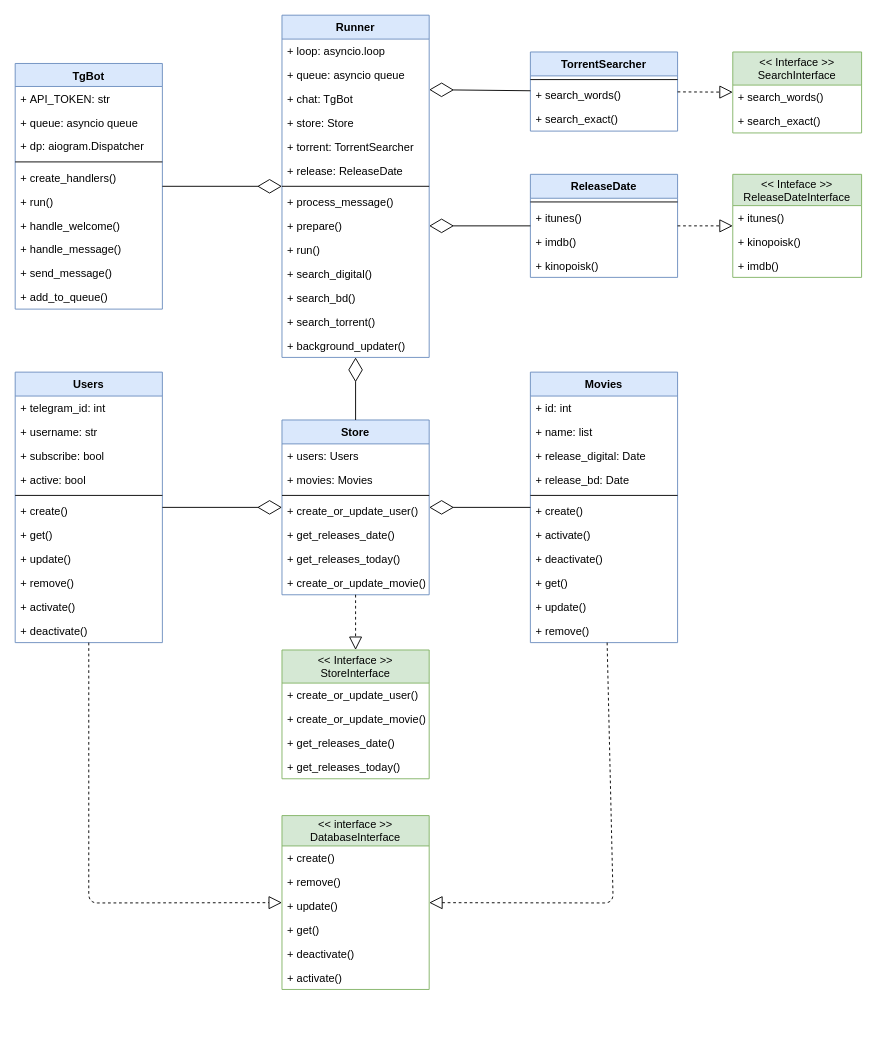
Above: uml/common_scheme.drawio in aleshkashell/geekbrains_patterns (draw.io), before the change. Source tidied: cells renumbered, new cells numbered last; positions are measured from the earlier drawing's top-left corner, leaving out a move shared by most shapes. Both pictures are drawn from the tidied source at 92%, with x=0, y=0 at pixel (15, 15).
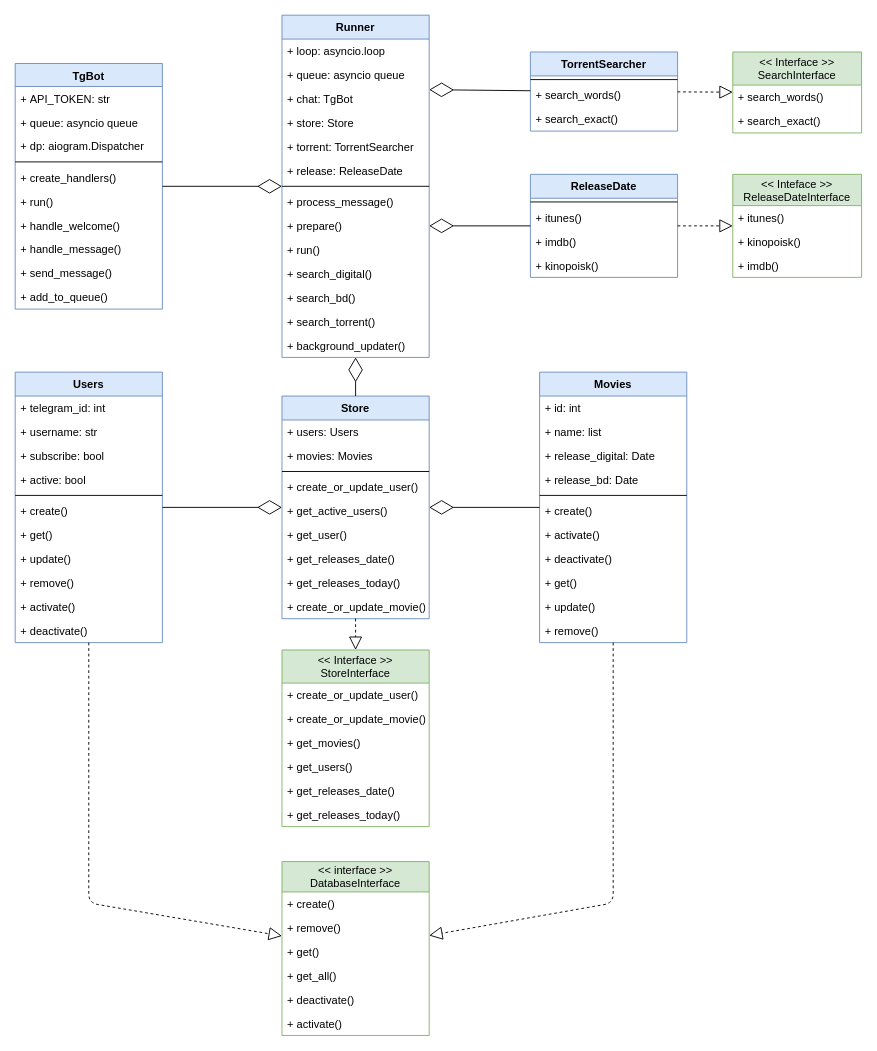
The same page after the edit.

What changed in the source:
```diff
@@
     <mxCell id="32" value="Store" style="swimlane;fontStyle=1;align=center;verticalAlign=top;horizontal=1;startSize=26;fillColor=#dae8fc;strokeColor=#6c8ebf;" parent="1" vertex="1">
-      <mxGeometry x="290" y="440" width="160" height="190" as="geometry" />
+      <mxGeometry x="290" y="414" width="160" height="242" as="geometry" />
     </mxCell>
@@
+    <mxCell id="99" value="+ get_active_users()" style="text;strokeColor=none;fillColor=none;align=left;verticalAlign=top;spacingLeft=4;spacingRight=4;overflow=hidden;" parent="32" vertex="1">
+      <mxGeometry y="112" width="160" height="26" as="geometry" />
+    </mxCell>
+    <mxCell id="100" value="+ get_user()" style="text;strokeColor=none;fillColor=none;align=left;verticalAlign=top;spacingLeft=4;spacingRight=4;overflow=hidden;" parent="32" vertex="1">
+      <mxGeometry y="138" width="160" height="26" as="geometry" />
+    </mxCell>
     <mxCell id="37" value="+ get_releases_date()" style="text;strokeColor=none;fillColor=none;align=left;verticalAlign=top;spacingLeft=4;spacingRight=4;overflow=hidden;" parent="32" vertex="1">
-      <mxGeometry y="112" width="160" height="26" as="geometry" />
+      <mxGeometry y="164" width="160" height="26" as="geometry" />
     </mxCell>
     <mxCell id="38" value="+ get_releases_today()" style="text;strokeColor=none;fillColor=none;align=left;verticalAlign=top;spacingLeft=4;spacingRight=4;overflow=hidden;" parent="32" vertex="1">
-      <mxGeometry y="138" width="160" height="26" as="geometry" />
+      <mxGeometry y="190" width="160" height="26" as="geometry" />
     </mxCell>
     <mxCell id="39" value="+ create_or_update_movie()" style="text;strokeColor=none;fillColor=none;align=left;verticalAlign=top;spacingLeft=4;spacingRight=4;overflow=hidden;" parent="32" vertex="1">
-      <mxGeometry y="164" width="160" height="26" as="geometry" />
+      <mxGeometry y="216" width="160" height="26" as="geometry" />
     </mxCell>
@@
     <mxCell id="52" value="Movies" style="swimlane;fontStyle=1;align=center;verticalAlign=top;horizontal=1;startSize=26;fillColor=#dae8fc;strokeColor=#6c8ebf;" parent="1" vertex="1">
-      <mxGeometry x="560" y="388" width="160" height="294" as="geometry" />
+      <mxGeometry x="570" y="388" width="160" height="294" as="geometry" />
     </mxCell>
@@
     <mxCell id="83" value="&lt;&lt; Interface &gt;&gt;&#10;StoreInterface" style="swimlane;fontStyle=0;horizontal=1;startSize=36;fillColor=#d5e8d4;strokeColor=#82b366;" parent="1" vertex="1">
-      <mxGeometry x="290" y="690" width="160" height="140" as="geometry" />
+      <mxGeometry x="290" y="690" width="160" height="192" as="geometry" />
     </mxCell>
@@
+    <mxCell id="101" value="+ get_movies()" style="text;strokeColor=none;fillColor=none;align=left;verticalAlign=top;spacingLeft=4;spacingRight=4;overflow=hidden;" parent="83" vertex="1">
+      <mxGeometry y="88" width="160" height="26" as="geometry" />
+    </mxCell>
+    <mxCell id="102" value="+ get_users()" style="text;strokeColor=none;fillColor=none;align=left;verticalAlign=top;spacingLeft=4;spacingRight=4;overflow=hidden;" parent="83" vertex="1">
+      <mxGeometry y="114" width="160" height="26" as="geometry" />
+    </mxCell>
     <mxCell id="86" value="+ get_releases_date()" style="text;strokeColor=none;fillColor=none;align=left;verticalAlign=top;spacingLeft=4;spacingRight=4;overflow=hidden;" parent="83" vertex="1">
-      <mxGeometry y="88" width="160" height="26" as="geometry" />
+      <mxGeometry y="140" width="160" height="26" as="geometry" />
     </mxCell>
     <mxCell id="87" value="+ get_releases_today()" style="text;strokeColor=none;fillColor=none;align=left;verticalAlign=top;spacingLeft=4;spacingRight=4;overflow=hidden;" parent="83" vertex="1">
-      <mxGeometry y="114" width="160" height="26" as="geometry" />
+      <mxGeometry y="166" width="160" height="26" as="geometry" />
     </mxCell>
@@
     <mxCell id="92" value="&lt;&lt; interface &gt;&gt;&#10;DatabaseInterface" style="swimlane;fontStyle=0;horizontal=1;startSize=33;fillColor=#d5e8d4;strokeColor=#82b366;" parent="1" vertex="1">
-      <mxGeometry x="290" y="870" width="160" height="189" as="geometry" />
+      <mxGeometry x="290" y="920" width="160" height="189" as="geometry" />
     </mxCell>
@@
-    <mxCell id="95" value="+ update()" style="text;strokeColor=none;fillColor=none;align=left;verticalAlign=top;spacingLeft=4;spacingRight=4;overflow=hidden;" parent="92" vertex="1">
-      <mxGeometry y="85" width="160" height="26" as="geometry" />
-    </mxCell>
     <mxCell id="96" value="+ get()" style="text;strokeColor=none;fillColor=none;align=left;verticalAlign=top;spacingLeft=4;spacingRight=4;overflow=hidden;" parent="92" vertex="1">
-      <mxGeometry y="111" width="160" height="26" as="geometry" />
+      <mxGeometry y="85" width="160" height="26" as="geometry" />
     </mxCell>
+    <mxCell id="103" value="+ get_all()" style="text;strokeColor=none;fillColor=none;align=left;verticalAlign=top;spacingLeft=4;spacingRight=4;overflow=hidden;" parent="92" vertex="1">
+      <mxGeometry y="111" width="160" height="26" as="geometry" />
+    </mxCell>
```
